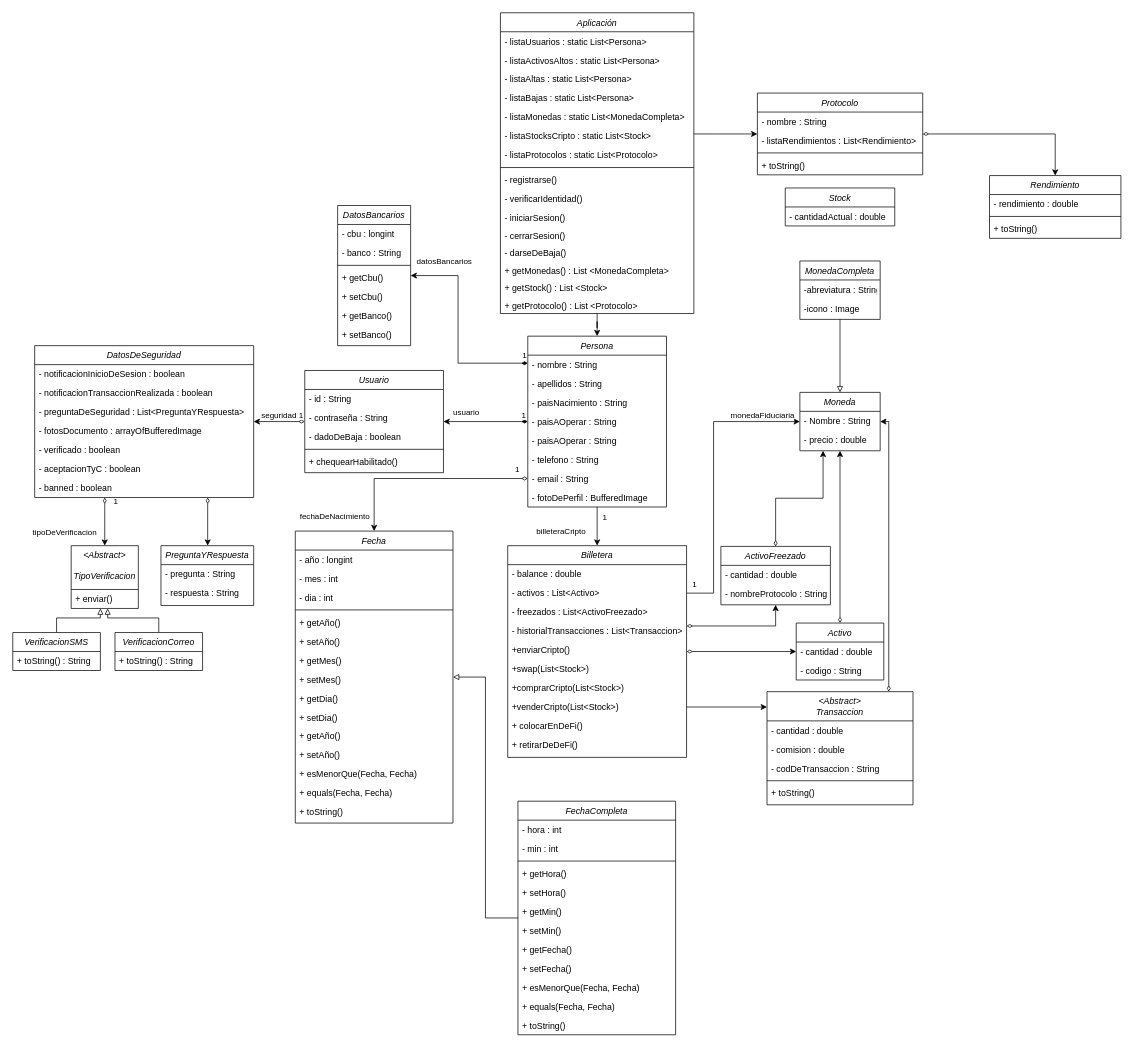
Before: Diagrama.drawio in Faus142005/CriptoWallet, a draw.io diagram. Source tidied: cells renumbered, new cells numbered last; positions are measured from the earlier drawing's top-left corner, leaving out a move shared by most shapes. Both pictures are drawn from the tidied source at 73%, with x=0, y=0 at pixel (12, 12).
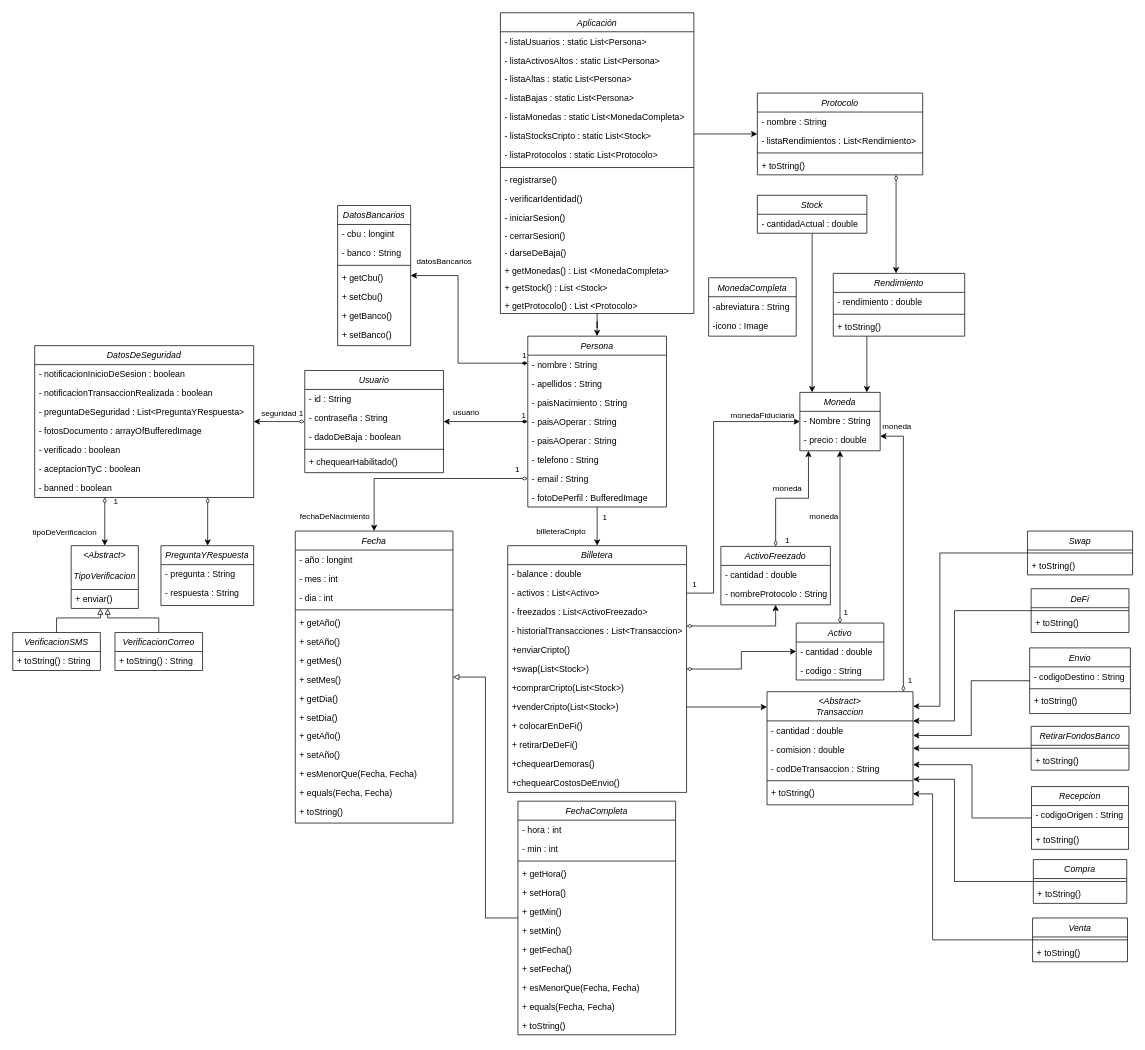
Above is the later version.

Unchanged cells that the change refers to:
```xml
<mxCell id="36" style="edgeStyle=orthogonalEdgeStyle;rounded=0;jettySize=auto;html=1;startArrow=diamondThin;startFill=0;" parent="1" edge="1" source="38" target="48">
  <mxGeometry relative="1" as="geometry" />
</mxCell>
<mxCell id="67" value="Moneda" style="swimlane;fontStyle=2;align=center;verticalAlign=top;horizontal=1;startSize=26;rounded=0;shadow=0;strokeWidth=1;" parent="1" vertex="1">
  <mxGeometry x="1078.2" y="520" width="110" height="80" as="geometry" />
</mxCell>
<mxCell id="87" style="edgeStyle=orthogonalEdgeStyle;rounded=0;jettySize=auto;html=1;startArrow=diamondThin;startFill=0;" parent="1" edge="1" source="88" target="67">
  <mxGeometry relative="1" as="geometry" />
</mxCell>
<mxCell id="92" value="ActivoFreezado" style="swimlane;fontStyle=2;align=center;verticalAlign=top;horizontal=1;startSize=26;rounded=0;shadow=0;strokeWidth=1;spacing=2;" parent="1" vertex="1">
  <mxGeometry x="970" y="731" width="150" height="80" as="geometry" />
</mxCell>
<mxCell id="96" value="&lt;Abstract&gt;&#10;Transaccion" style="swimlane;fontStyle=2;align=center;verticalAlign=top;horizontal=1;startSize=40;rounded=0;shadow=0;strokeWidth=1;fontSize=12;" parent="1" vertex="1">
  <mxGeometry x="1033.2" y="930" width="200" height="155" as="geometry" />
</mxCell>
<mxCell id="133" value="Protocolo" style="swimlane;fontStyle=2;align=center;verticalAlign=top;horizontal=1;startSize=26;rounded=0;shadow=0;strokeWidth=1;fontSize=12;" parent="1" vertex="1">
  <mxGeometry x="1020" y="110" width="226.5" height="112" as="geometry" />
</mxCell>
```

The edit, as a diff of the source:
```diff
@@
     <mxCell id="37" value="seguridad 1" style="edgeLabel;html=1;align=center;verticalAlign=middle;" parent="36" vertex="1">
       <mxGeometry x="-0.08" relative="1" as="geometry">
-        <mxPoint y="-10" as="offset" />
+        <mxPoint y="-12" as="offset" />
       </mxGeometry>
     </mxCell>
@@
-    <mxCell id="70" style="edgeStyle=orthogonalEdgeStyle;rounded=0;jettySize=auto;html=1;endArrow=block;endFill=0;" parent="1" edge="1" source="71" target="67">
-      <mxGeometry relative="1" as="geometry" />
-    </mxCell>
     <mxCell id="71" value="MonedaCompleta" style="swimlane;fontStyle=2;align=center;verticalAlign=top;horizontal=1;startSize=26;rounded=0;shadow=0;strokeWidth=1;" parent="1" vertex="1">
-      <mxGeometry x="1078.2" y="340" width="110" height="80" as="geometry" />
+      <mxGeometry x="953.2" y="363" width="120" height="80" as="geometry" />
     </mxCell>
     <mxCell id="72" value="-abreviatura : String" style="text;align=left;verticalAlign=top;spacingLeft=4;spacingRight=4;overflow=hidden;" parent="71" vertex="1">
-      <mxGeometry y="26" width="110" height="26" as="geometry" />
+      <mxGeometry y="26" width="120" height="26" as="geometry" />
     </mxCell>
     <mxCell id="73" value="-icono : Image" style="text;align=left;verticalAlign=top;spacingLeft=4;spacingRight=4;overflow=hidden;" parent="71" vertex="1">
-      <mxGeometry y="52" width="110" height="26" as="geometry" />
+      <mxGeometry y="52" width="120" height="26" as="geometry" />
     </mxCell>
@@
     <mxCell id="76" value="Billetera" style="swimlane;fontStyle=2;align=center;verticalAlign=top;horizontal=1;startSize=26;rounded=0;shadow=0;strokeWidth=1;fontSize=12;" parent="1" vertex="1">
-      <mxGeometry x="678" y="730" width="245" height="290" as="geometry" />
+      <mxGeometry x="678" y="730" width="245" height="338" as="geometry" />
     </mxCell>
@@
+    <mxCell id="162" value="+chequearDemoras()" style="text;align=left;verticalAlign=top;spacingLeft=4;spacingRight=4;overflow=hidden;rounded=0;shadow=0;html=0;fontSize=12;" parent="76" vertex="1">
+      <mxGeometry y="286" width="245" height="26" as="geometry" />
+    </mxCell>
+    <mxCell id="163" value="+chequearCostosDeEnvio()" style="text;align=left;verticalAlign=top;spacingLeft=4;spacingRight=4;overflow=hidden;rounded=0;shadow=0;html=0;fontSize=12;" parent="76" vertex="1">
+      <mxGeometry y="312" width="245" height="26" as="geometry" />
+    </mxCell>
@@
+    <mxCell id="164" value="1" style="edgeLabel;html=1;align=center;verticalAlign=middle;" parent="87" vertex="1">
+      <mxGeometry x="-0.8" y="2" relative="1" as="geometry">
+        <mxPoint x="9" y="9" as="offset" />
+      </mxGeometry>
+    </mxCell>
+    <mxCell id="165" value="moneda" style="edgeLabel;html=1;align=center;verticalAlign=middle;" parent="87" vertex="1">
+      <mxGeometry x="0.72" y="-3" relative="1" as="geometry">
+        <mxPoint x="-26" y="56" as="offset" />
+      </mxGeometry>
+    </mxCell>
@@
     <mxCell id="91" style="edgeStyle=orthogonalEdgeStyle;rounded=0;jettySize=auto;html=1;startArrow=diamondThin;startFill=0;" parent="1" edge="1" source="92" target="67">
       <mxGeometry relative="1" as="geometry">
         <Array as="points">
           <mxPoint x="1045" y="665" />
-          <mxPoint x="1110" y="665" />
+          <mxPoint x="1090" y="665" />
         </Array>
       </mxGeometry>
     </mxCell>
+    <mxCell id="166" value="1" style="edgeLabel;html=1;align=center;verticalAlign=middle;" parent="91" vertex="1">
+      <mxGeometry x="-0.73" y="-1" relative="1" as="geometry">
+        <mxPoint x="14" y="15" as="offset" />
+      </mxGeometry>
+    </mxCell>
+    <mxCell id="167" value="moneda" style="edgeLabel;html=1;align=center;verticalAlign=middle;" parent="91" vertex="1">
+      <mxGeometry x="0.71" y="-2" relative="1" as="geometry">
+        <mxPoint x="-32" y="25" as="offset" />
+      </mxGeometry>
+    </mxCell>
@@
     <mxCell id="95" style="edgeStyle=orthogonalEdgeStyle;rounded=0;jettySize=auto;html=1;startArrow=diamondThin;startFill=0;" parent="1" edge="1" source="96" target="67">
       <mxGeometry relative="1" as="geometry">
         <Array as="points">
-          <mxPoint x="1200" y="560" />
+          <mxPoint x="1220" y="580" />
         </Array>
       </mxGeometry>
     </mxCell>
+    <mxCell id="168" value="1" style="edgeLabel;html=1;align=center;verticalAlign=middle;" parent="95" vertex="1">
+      <mxGeometry x="-0.88" y="-3" relative="1" as="geometry">
+        <mxPoint x="5" y="7" as="offset" />
+      </mxGeometry>
+    </mxCell>
+    <mxCell id="169" value="moneda" style="edgeLabel;html=1;align=center;verticalAlign=middle;" parent="95" vertex="1">
+      <mxGeometry x="0.65" y="1" relative="1" as="geometry">
+        <mxPoint x="-9" y="-50" as="offset" />
+      </mxGeometry>
+    </mxCell>
@@
     <mxCell id="132" style="edgeStyle=orthogonalEdgeStyle;rounded=0;jettySize=auto;html=1;startArrow=diamondThin;startFill=0;" parent="1" edge="1" source="133" target="138">
-      <mxGeometry relative="1" as="geometry" />
+      <mxGeometry relative="1" as="geometry">
+        <Array as="points">
+          <mxPoint x="1210" y="290" />
+          <mxPoint x="1210" y="290" />
+        </Array>
+      </mxGeometry>
     </mxCell>
@@
+    <mxCell id="170" style="edgeStyle=orthogonalEdgeStyle;rounded=0;jettySize=auto;html=1;" parent="1" edge="1" source="138" target="67">
+      <mxGeometry relative="1" as="geometry">
+        <Array as="points">
+          <mxPoint x="1170" y="460" />
+          <mxPoint x="1170" y="460" />
+        </Array>
+      </mxGeometry>
+    </mxCell>
     <mxCell id="138" value="Rendimiento" style="swimlane;fontStyle=2;align=center;verticalAlign=top;horizontal=1;startSize=26;rounded=0;shadow=0;strokeWidth=1;fontSize=12;" parent="1" vertex="1">
-      <mxGeometry x="1338" y="223" width="180" height="86" as="geometry" />
+      <mxGeometry x="1124" y="357" width="180" height="86" as="geometry" />
     </mxCell>
@@
+    <mxCell id="171" style="edgeStyle=orthogonalEdgeStyle;rounded=0;jettySize=auto;html=1;" parent="1" edge="1" source="142" target="67">
+      <mxGeometry relative="1" as="geometry">
+        <Array as="points">
+          <mxPoint x="1095" y="470" />
+          <mxPoint x="1095" y="470" />
+        </Array>
+      </mxGeometry>
+    </mxCell>
     <mxCell id="142" value="Stock" style="swimlane;fontStyle=2;align=center;verticalAlign=top;horizontal=1;startSize=26;rounded=0;shadow=0;strokeWidth=1;fontSize=12;" parent="1" vertex="1">
-      <mxGeometry x="1058.2" y="240" width="150" height="52" as="geometry" />
+      <mxGeometry x="1020" y="250" width="150" height="52" as="geometry" />
     </mxCell>
@@
+    <mxCell id="172" style="edgeStyle=orthogonalEdgeStyle;rounded=0;jettySize=auto;html=1;" parent="1" edge="1" source="173" target="96">
+      <mxGeometry relative="1" as="geometry">
+        <Array as="points">
+          <mxPoint x="1290" y="1190" />
+          <mxPoint x="1290" y="1050" />
+        </Array>
+      </mxGeometry>
+    </mxCell>
+    <mxCell id="173" value="Compra" style="swimlane;fontStyle=2;align=center;verticalAlign=top;horizontal=1;startSize=26;rounded=0;shadow=0;strokeWidth=1;fontSize=12;" parent="1" vertex="1">
+      <mxGeometry x="1398" y="1160" width="128" height="60" as="geometry" />
+    </mxCell>
+    <mxCell id="174" style="line;html=1;strokeWidth=1;align=left;verticalAlign=middle;spacingTop=-1;spacingLeft=3;spacingRight=3;labelPosition=right;fontSize=12;" parent="173" vertex="1">
+      <mxGeometry y="26" width="128" height="8" as="geometry" />
+    </mxCell>
+    <mxCell id="175" value="+ toString()" style="text;align=left;verticalAlign=top;spacingLeft=4;spacingRight=4;overflow=hidden;rounded=0;shadow=0;html=0;fontSize=12;" parent="173" vertex="1">
+      <mxGeometry y="34" width="128" height="26" as="geometry" />
+    </mxCell>
+    <mxCell id="176" style="edgeStyle=orthogonalEdgeStyle;rounded=0;jettySize=auto;html=1;" parent="1" edge="1" source="177" target="96">
+      <mxGeometry relative="1" as="geometry">
+        <Array as="points">
+          <mxPoint x="1260" y="1270" />
+          <mxPoint x="1260" y="1070" />
+        </Array>
+      </mxGeometry>
+    </mxCell>
+    <mxCell id="177" value="Venta" style="swimlane;fontStyle=2;align=center;verticalAlign=top;horizontal=1;startSize=26;rounded=0;shadow=0;strokeWidth=1;fontSize=12;" parent="1" vertex="1">
+      <mxGeometry x="1397" y="1240" width="130" height="60" as="geometry" />
+    </mxCell>
+    <mxCell id="178" style="line;html=1;strokeWidth=1;align=left;verticalAlign=middle;spacingTop=-1;spacingLeft=3;spacingRight=3;labelPosition=right;fontSize=12;" parent="177" vertex="1">
+      <mxGeometry y="26" width="130" height="8" as="geometry" />
+    </mxCell>
+    <mxCell id="179" value="+ toString()" style="text;align=left;verticalAlign=top;spacingLeft=4;spacingRight=4;overflow=hidden;rounded=0;shadow=0;html=0;fontSize=12;" parent="177" vertex="1">
+      <mxGeometry y="34" width="130" height="26" as="geometry" />
+    </mxCell>
+    <mxCell id="180" style="edgeStyle=orthogonalEdgeStyle;rounded=0;jettySize=auto;html=1;" parent="1" edge="1" source="181" target="96">
+      <mxGeometry relative="1" as="geometry">
+        <Array as="points">
+          <mxPoint x="1270" y="740" />
+          <mxPoint x="1270" y="950" />
+        </Array>
+      </mxGeometry>
+    </mxCell>
+    <mxCell id="181" value="Swap" style="swimlane;fontStyle=2;align=center;verticalAlign=top;horizontal=1;startSize=26;rounded=0;shadow=0;strokeWidth=1;fontSize=12;" parent="1" vertex="1">
+      <mxGeometry x="1390" y="710" width="144" height="60" as="geometry" />
+    </mxCell>
+    <mxCell id="182" style="line;html=1;strokeWidth=1;align=left;verticalAlign=middle;spacingTop=-1;spacingLeft=3;spacingRight=3;labelPosition=right;fontSize=12;" parent="181" vertex="1">
+      <mxGeometry y="26" width="144" height="8" as="geometry" />
+    </mxCell>
+    <mxCell id="183" value="+ toString()" style="text;align=left;verticalAlign=top;spacingLeft=4;spacingRight=4;overflow=hidden;rounded=0;shadow=0;html=0;fontSize=12;" parent="181" vertex="1">
+      <mxGeometry y="34" width="144" height="26" as="geometry" />
+    </mxCell>
+    <mxCell id="184" style="edgeStyle=orthogonalEdgeStyle;rounded=0;jettySize=auto;html=1;" parent="1" edge="1" source="185" target="96">
+      <mxGeometry relative="1" as="geometry">
+        <Array as="points">
+          <mxPoint x="1313" y="915" />
+          <mxPoint x="1313" y="990" />
+        </Array>
+      </mxGeometry>
+    </mxCell>
+    <mxCell id="185" value="Envio" style="swimlane;fontStyle=2;align=center;verticalAlign=top;horizontal=1;startSize=26;rounded=0;shadow=0;strokeWidth=1;fontSize=12;" parent="1" vertex="1">
+      <mxGeometry x="1393" y="870" width="138" height="90" as="geometry" />
+    </mxCell>
+    <mxCell id="186" value="- codigoDestino : String" style="text;align=left;verticalAlign=top;spacingLeft=4;spacingRight=4;overflow=hidden;rounded=0;shadow=0;html=0;fontSize=12;" parent="185" vertex="1">
+      <mxGeometry y="26" width="138" height="26" as="geometry" />
+    </mxCell>
+    <mxCell id="187" style="line;html=1;strokeWidth=1;align=left;verticalAlign=middle;spacingTop=-1;spacingLeft=3;spacingRight=3;labelPosition=right;fontSize=12;" parent="185" vertex="1">
+      <mxGeometry y="52" width="138" height="8" as="geometry" />
+    </mxCell>
+    <mxCell id="188" value="+ toString()" style="text;align=left;verticalAlign=top;spacingLeft=4;spacingRight=4;overflow=hidden;rounded=0;shadow=0;html=0;fontSize=12;" parent="185" vertex="1">
+      <mxGeometry y="60" width="138" height="26" as="geometry" />
+    </mxCell>
+    <mxCell id="189" style="edgeStyle=orthogonalEdgeStyle;rounded=0;jettySize=auto;html=1;" parent="1" edge="1" source="190" target="96">
+      <mxGeometry relative="1" as="geometry">
+        <Array as="points">
+          <mxPoint x="1314" y="1103" />
+          <mxPoint x="1314" y="1030" />
+        </Array>
+      </mxGeometry>
+    </mxCell>
+    <mxCell id="190" value="Recepcion" style="swimlane;fontStyle=2;align=center;verticalAlign=top;horizontal=1;startSize=26;rounded=0;shadow=0;strokeWidth=1;fontSize=12;" parent="1" vertex="1">
+      <mxGeometry x="1395.5" y="1060" width="133" height="86" as="geometry" />
+    </mxCell>
+    <mxCell id="191" value="- codigoOrigen : String" style="text;align=left;verticalAlign=top;spacingLeft=4;spacingRight=4;overflow=hidden;rounded=0;shadow=0;html=0;fontSize=12;" parent="190" vertex="1">
+      <mxGeometry y="26" width="133" height="26" as="geometry" />
+    </mxCell>
+    <mxCell id="192" style="line;html=1;strokeWidth=1;align=left;verticalAlign=middle;spacingTop=-1;spacingLeft=3;spacingRight=3;labelPosition=right;fontSize=12;" parent="190" vertex="1">
+      <mxGeometry y="52" width="133" height="8" as="geometry" />
+    </mxCell>
+    <mxCell id="193" value="+ toString()" style="text;align=left;verticalAlign=top;spacingLeft=4;spacingRight=4;overflow=hidden;rounded=0;shadow=0;html=0;fontSize=12;" parent="190" vertex="1">
+      <mxGeometry y="60" width="133" height="26" as="geometry" />
+    </mxCell>
+    <mxCell id="194" style="edgeStyle=orthogonalEdgeStyle;rounded=0;jettySize=auto;html=1;" parent="1" edge="1" source="195" target="96">
+      <mxGeometry relative="1" as="geometry">
+        <Array as="points">
+          <mxPoint x="1290" y="819" />
+          <mxPoint x="1290" y="970" />
+        </Array>
+      </mxGeometry>
+    </mxCell>
+    <mxCell id="195" value="DeFi" style="swimlane;fontStyle=2;align=center;verticalAlign=top;horizontal=1;startSize=26;rounded=0;shadow=0;strokeWidth=1;fontSize=12;" parent="1" vertex="1">
+      <mxGeometry x="1395" y="789" width="134" height="60" as="geometry" />
+    </mxCell>
+    <mxCell id="196" style="line;html=1;strokeWidth=1;align=left;verticalAlign=middle;spacingTop=-1;spacingLeft=3;spacingRight=3;labelPosition=right;fontSize=12;" parent="195" vertex="1">
+      <mxGeometry y="26" width="134" height="8" as="geometry" />
+    </mxCell>
+    <mxCell id="197" value="+ toString()" style="text;align=left;verticalAlign=top;spacingLeft=4;spacingRight=4;overflow=hidden;rounded=0;shadow=0;html=0;fontSize=12;" parent="195" vertex="1">
+      <mxGeometry y="34" width="134" height="26" as="geometry" />
+    </mxCell>
+    <mxCell id="198" style="edgeStyle=orthogonalEdgeStyle;rounded=0;jettySize=auto;html=1;" parent="1" edge="1" source="199" target="96">
+      <mxGeometry relative="1" as="geometry" />
+    </mxCell>
+    <mxCell id="199" value="RetirarFondosBanco" style="swimlane;fontStyle=2;align=center;verticalAlign=top;horizontal=1;startSize=26;rounded=0;shadow=0;strokeWidth=1;fontSize=12;" parent="1" vertex="1">
+      <mxGeometry x="1395" y="977.5" width="134" height="60" as="geometry" />
+    </mxCell>
+    <mxCell id="200" style="line;html=1;strokeWidth=1;align=left;verticalAlign=middle;spacingTop=-1;spacingLeft=3;spacingRight=3;labelPosition=right;fontSize=12;" parent="199" vertex="1">
+      <mxGeometry y="26" width="134" height="8" as="geometry" />
+    </mxCell>
+    <mxCell id="201" value="+ toString()" style="text;align=left;verticalAlign=top;spacingLeft=4;spacingRight=4;overflow=hidden;rounded=0;shadow=0;html=0;fontSize=12;" parent="199" vertex="1">
+      <mxGeometry y="34" width="134" height="26" as="geometry" />
+    </mxCell>
```
